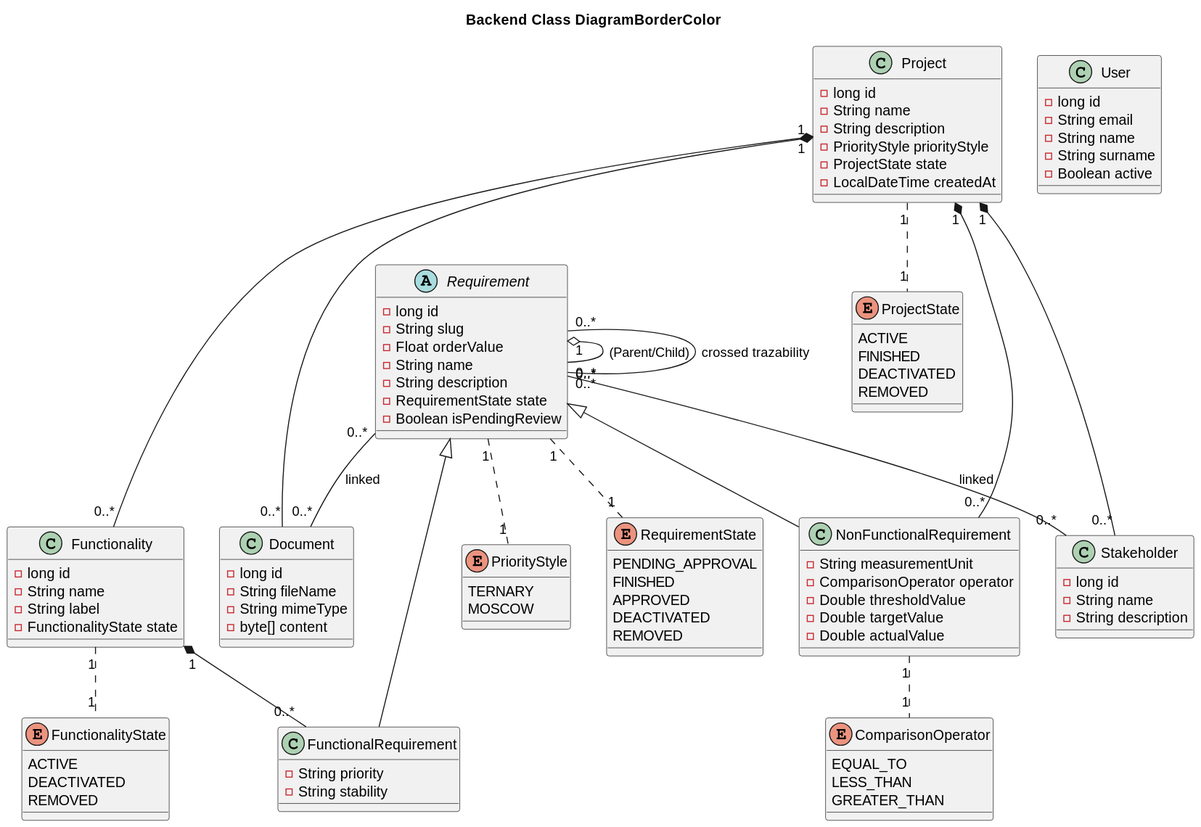
Above: docs/assets/diagrams/backendClassDiagram.svg in Y4vra/IRBoard (PlantUML), before the change. Source of this version:
```plantuml
@startuml
title Backend Class DiagramBorderColor

enum PriorityStyle {
    TERNARY
    MOSCOW
}

enum ProjectState {
    ACTIVE
    FINISHED
    DEACTIVATED
    REMOVED
}

enum FunctionalityState {
    ACTIVE
    DEACTIVATED
    REMOVED
}

enum RequirementState {
    PENDING_APPROVAL
    FINISHED
    APPROVED
    DEACTIVATED
    REMOVED
}

enum ComparisonOperator {
    EQUAL_TO
    LESS_THAN
    GREATER_THAN
}

class Project {
    - long id
    - String name
    - String description
    - PriorityStyle priorityStyle
    - ProjectState state
    - LocalDateTime createdAt
}

class Functionality {
    - long id
    - String name
    - String label
    - FunctionalityState state
}

abstract class Requirement {
    - long id
    - String slug
    - Float orderValue
    - String name
    - String description
    - RequirementState state
    - Boolean isPendingReview
}

class FunctionalRequirement {
    - String priority
    - String stability
}

class NonFunctionalRequirement {
    - String measurementUnit
    - ComparisonOperator operator
    - Double thresholdValue
    - Double targetValue
    - Double actualValue
}

class Stakeholder {
    - long id
    - String name
    - String description
}

class Document {
    - long id
    - String fileName
    - String mimeType
    - byte[] content
}

class User {
    - long id
    - String email
    - String name
    - String surname
    - Boolean active
}

Project "1" .. "1" ProjectState
Functionality "1" .. "1" FunctionalityState
Requirement "1" .. "1" RequirementState
Requirement "1" .. "1" PriorityStyle
NonFunctionalRequirement "1" .. "1" ComparisonOperator

Project "1" *-down-- "0..*" Functionality
Project "1" *--- "0..*" NonFunctionalRequirement
Project "1" *--- "0..*" Document
Project "1" *--- "0..*" Stakeholder

Functionality "1" *-- "0..*" FunctionalRequirement

Requirement <|- FunctionalRequirement
Requirement <|- NonFunctionalRequirement

Requirement "0..*" -- "0..*" Stakeholder : linked
Requirement "1" o-- "0..*" Requirement : (Parent/Child)
Requirement "0..*" -- "0..*" Requirement : crossed trazability
Requirement "0..*" -- "0..*" Document : linked
@enduml
```
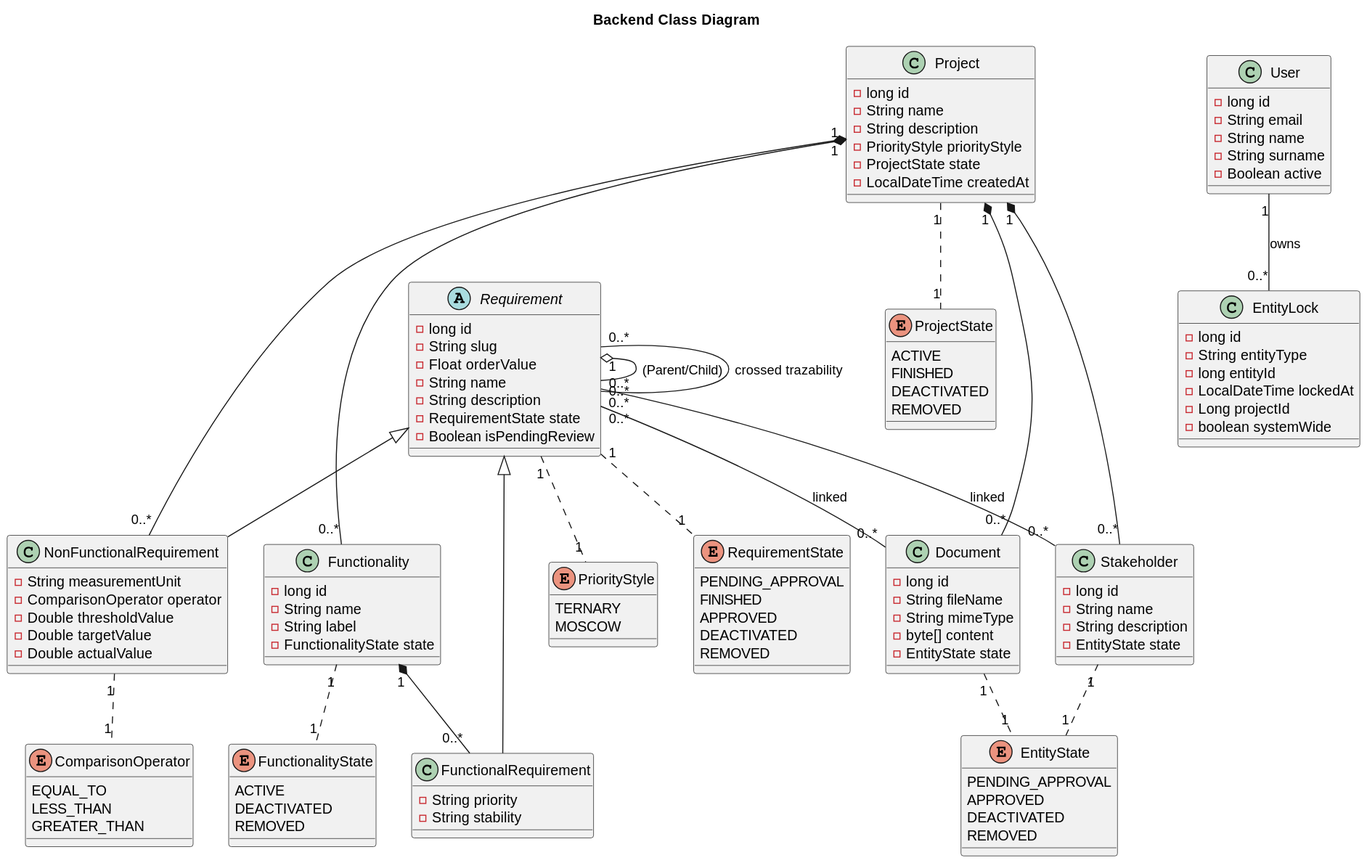
After the commit.

Commit message:
docs: documents database schema

Change to the diagram source:
```diff
@@ -1,5 +1,5 @@
 @startuml
-title Backend Class DiagramBorderColor
+title Backend Class Diagram
 
 enum PriorityStyle {
     TERNARY
@@ -15,6 +15,12 @@
 
 enum FunctionalityState {
     ACTIVE
+    DEACTIVATED
+    REMOVED
+}
+enum EntityState {
+    PENDING_APPROVAL
+    APPROVED
     DEACTIVATED
     REMOVED
 }
@@ -76,6 +82,7 @@
     - long id
     - String name
     - String description
+    - EntityState state
 }
 
 class Document {
@@ -83,6 +90,7 @@
     - String fileName
     - String mimeType
     - byte[] content
+    - EntityState state
 }
 
 class User {
@@ -93,9 +101,21 @@
     - Boolean active
 }
 
+class EntityLock {
+    - long id
+    - String entityType
+    - long entityId
+    - LocalDateTime lockedAt
+    - Long projectId
+    - boolean systemWide
+}
+
+
 Project "1" .. "1" ProjectState
 Functionality "1" .. "1" FunctionalityState
 Requirement "1" .. "1" RequirementState
+Stakeholder "1" .. "1" EntityState
+Document "1" .. "1" EntityState
 Requirement "1" .. "1" PriorityStyle
 NonFunctionalRequirement "1" .. "1" ComparisonOperator
 
@@ -113,4 +133,7 @@
 Requirement "1" o-- "0..*" Requirement : (Parent/Child)
 Requirement "0..*" -- "0..*" Requirement : crossed trazability
 Requirement "0..*" -- "0..*" Document : linked
+
+
+User "1" -- "0..*" EntityLock : owns
 @enduml
```
